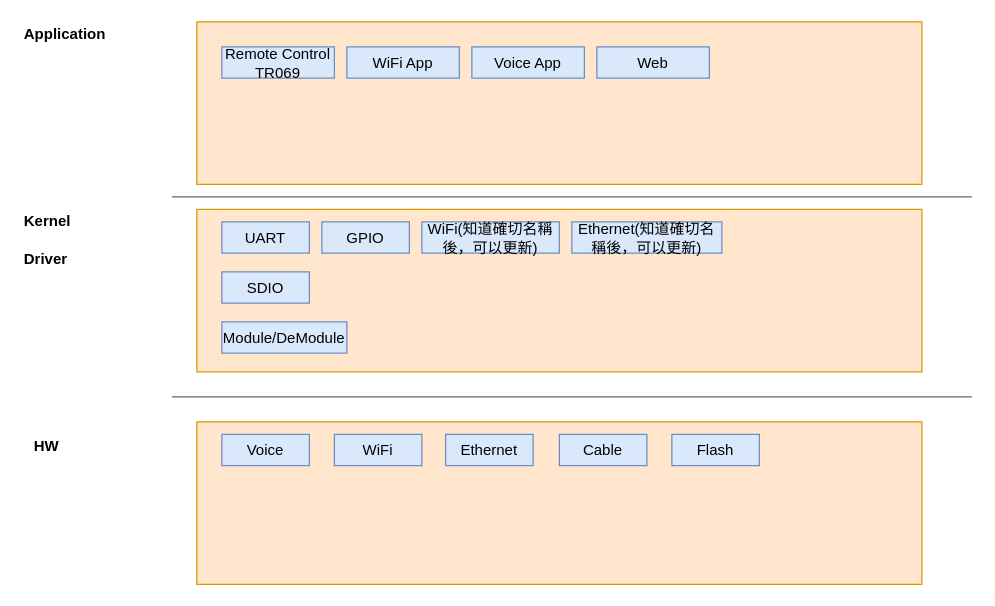
Earlier version of the draw.io diagram page "Framework" (1 of 5) of Cable_Modem_Architecture_Sample.drawio (nelsonchung/drawio). Source tidied: cells renumbered, new cells numbered last; positions are measured from the earlier drawing's top-left corner, leaving out a move shared by most shapes. Both pictures are drawn from the tidied source at 125%, with x=0, y=0 at pixel (21, 21).
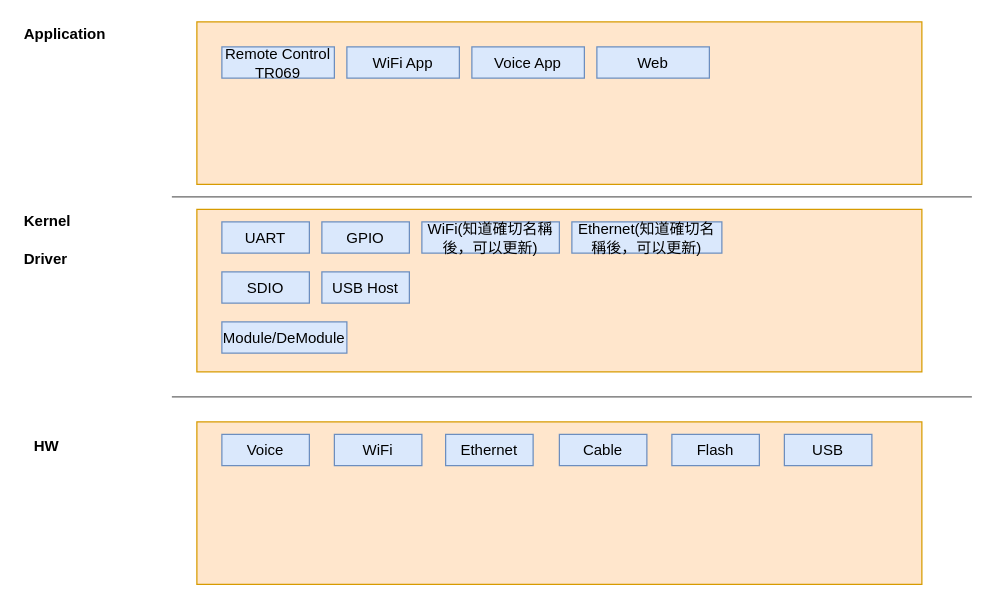
The same diagram, later.

Diff of the diagram source:
```diff
@@
+    <mxCell id="26" value="USB Host" style="rounded=0;whiteSpace=wrap;html=1;fillColor=#dae8fc;strokeColor=#6c8ebf;" parent="1" vertex="1">
+      <mxGeometry x="240" y="200" width="70" height="25" as="geometry" />
+    </mxCell>
+    <mxCell id="27" value="USB" style="rounded=0;whiteSpace=wrap;html=1;fillColor=#dae8fc;strokeColor=#6c8ebf;" parent="1" vertex="1">
+      <mxGeometry x="610" y="330" width="70" height="25" as="geometry" />
+    </mxCell>
```
